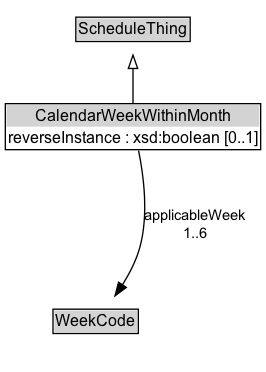
Before: docs/diagrams/CalendarWeekWithinMonth.dot.png, a diagram exported from Graphviz (k-vaughn/ontology-its-time). Its source is kept beside it as docs/diagrams/CalendarWeekWithinMonth.dot. Its diagram source:
```dot
digraph {
	graph [overlap=false rankdir=TB splines=true]
	node [fontname=Arial fontsize=12 margin=0 shape=none]
	edge [fontname=Arial fontsize=11]
	{
		rank=source
		ScheduleThing [label=<<TABLE BORDER="1" CELLBORDER="0" CELLSPACING="0" CELLPADDING="1"><TR><TD BGCOLOR="lightgray" ALIGN="CENTER">ScheduleThing</TD></TR></TABLE>> URL="../ScheduleThing" margin=0]
	}
	CalendarWeekWithinMonth [label=<<TABLE BORDER="1" CELLBORDER="0" CELLSPACING="0" CELLPADDING="1"><TR><TD BGCOLOR="lightgray" ALIGN="CENTER">CalendarWeekWithinMonth</TD></TR><TR><TD ALIGN="LEFT">reverseInstance : xsd:boolean [0..1]</TD></TR></TABLE>> URL="../CalendarWeekWithinMonth" margin=0]
	{
		rank=max
	}
	subgraph cluster_associated {
		label="" style=invis
		Invis [label=<<TABLE BORDER="0" CELLBORDER="0" CELLSPACING="0" CELLPADDING="1"><TR><TD></TD></TR></TABLE>> margin=0 style=invis]
		WeekCode [label=<<TABLE BORDER="1" CELLBORDER="0" CELLSPACING="0" CELLPADDING="1"><TR><TD BGCOLOR="lightgray" ALIGN="CENTER">WeekCode</TD></TR></TABLE>> URL="../WeekCode" margin=0]
	}
	CalendarWeekWithinMonth -> ScheduleThing [arrowhead=onormal style=solid]
	CalendarWeekWithinMonth -> Invis [style=invis]
	Invis -> WeekCode [style=invis]
	WeekCode [label=<<TABLE BORDER="1" CELLBORDER="0" CELLSPACING="0" CELLPADDING="1"><TR><TD BGCOLOR="lightgray" ALIGN="CENTER">WeekCode</TD></TR></TABLE>> URL="../WeekCode" margin=0]
	CalendarWeekWithinMonth -> WeekCode [label="applicableWeek
1..6" arrowhead=normal style=solid]
}
```
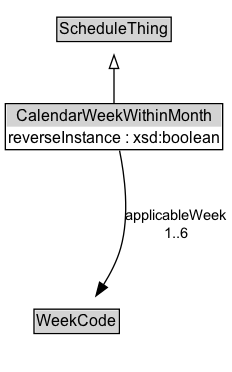
The same diagram one commit later.

What changed in the source:
```diff
@@ -6,7 +6,7 @@
 		rank=source
 		ScheduleThing [label=<<TABLE BORDER="1" CELLBORDER="0" CELLSPACING="0" CELLPADDING="1"><TR><TD BGCOLOR="lightgray" ALIGN="CENTER">ScheduleThing</TD></TR></TABLE>> URL="../ScheduleThing" margin=0]
 	}
-	CalendarWeekWithinMonth [label=<<TABLE BORDER="1" CELLBORDER="0" CELLSPACING="0" CELLPADDING="1"><TR><TD BGCOLOR="lightgray" ALIGN="CENTER">CalendarWeekWithinMonth</TD></TR><TR><TD ALIGN="LEFT">reverseInstance : xsd:boolean [0..1]</TD></TR></TABLE>> URL="../CalendarWeekWithinMonth" margin=0]
+	CalendarWeekWithinMonth [label=<<TABLE BORDER="1" CELLBORDER="0" CELLSPACING="0" CELLPADDING="1"><TR><TD BGCOLOR="lightgray" ALIGN="CENTER">CalendarWeekWithinMonth</TD></TR><TR><TD ALIGN="LEFT">reverseInstance : xsd:boolean</TD></TR></TABLE>> URL="../CalendarWeekWithinMonth" margin=0]
 	{
 		rank=max
 	}
```
